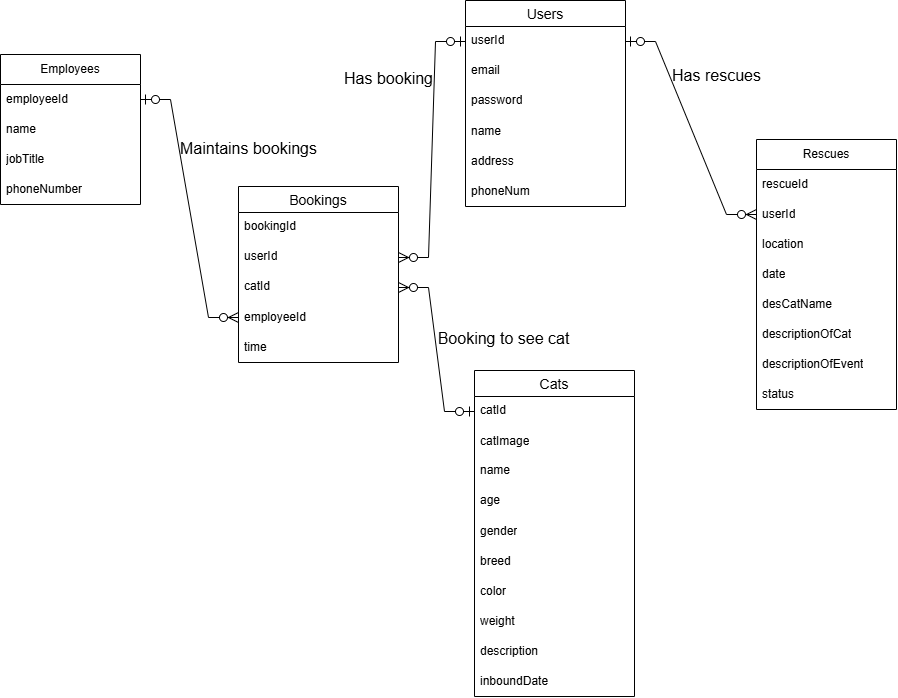
Above: week4/Logical ERD.drawio.png in IlliaStefanovskyi/WebDevFinalProject (draw.io), before the change. Source tidied: cells renumbered, new cells last; positions are measured from the earlier drawing's top-left corner, leaving out a move shared by most shapes.
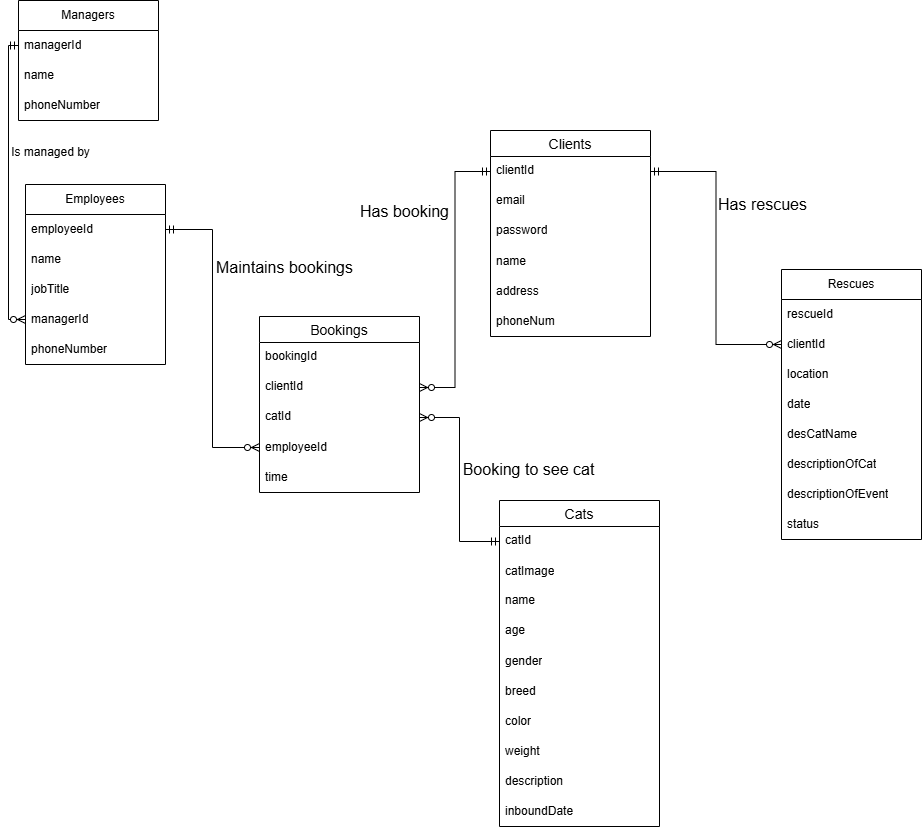
After the change.

Change to the diagram source:
```diff
@@ -3,7 +3,7 @@
     <mxCell id="0" />
     <mxCell id="1" parent="0" />
     <mxCell id="2" value="Employees" style="swimlane;fontStyle=0;horizontal=1;startSize=30;whiteSpace=wrap;html=1;" parent="1" vertex="1">
-      <mxGeometry y="54" width="140" height="150" as="geometry" />
+      <mxGeometry y="54" width="140" height="180" as="geometry" />
     </mxCell>
     <mxCell id="3" value="employeeId" style="text;strokeColor=none;fillColor=none;align=left;verticalAlign=middle;spacingLeft=4;spacingRight=4;overflow=hidden;points=[[0,0.5],[1,0.5]];portConstraint=eastwest;whiteSpace=wrap;html=1;" parent="2" vertex="1">
       <mxGeometry y="30" width="140" height="30" as="geometry" />
@@ -14,16 +14,19 @@
     <mxCell id="5" value="jobTitle" style="text;strokeColor=none;fillColor=none;align=left;verticalAlign=middle;spacingLeft=4;spacingRight=4;overflow=hidden;whiteSpace=wrap;html=1;" parent="2" vertex="1">
       <mxGeometry y="90" width="140" height="30" as="geometry" />
     </mxCell>
+    <mxCell id="48" value="managerId" style="text;strokeColor=none;fillColor=none;align=left;verticalAlign=middle;spacingLeft=4;spacingRight=4;overflow=hidden;points=[[0,0.5],[1,0.5]];portConstraint=eastwest;whiteSpace=wrap;html=1;" parent="2" vertex="1">
+      <mxGeometry y="120" width="140" height="30" as="geometry" />
+    </mxCell>
     <mxCell id="6" value="phoneNumber" style="text;strokeColor=none;fillColor=none;align=left;verticalAlign=middle;spacingLeft=4;spacingRight=4;overflow=hidden;whiteSpace=wrap;html=1;" parent="2" vertex="1">
-      <mxGeometry y="120" width="140" height="30" as="geometry" />
+      <mxGeometry y="150" width="140" height="30" as="geometry" />
     </mxCell>
     <mxCell id="7" value="Bookings" style="swimlane;fontStyle=0;horizontal=1;startSize=26;align=center;fontSize=14;" parent="1" vertex="1">
-      <mxGeometry x="238" y="186" width="160" height="176" as="geometry" />
+      <mxGeometry x="234" y="186" width="160" height="176" as="geometry" />
     </mxCell>
     <mxCell id="8" value="bookingId" style="text;strokeColor=none;fillColor=none;spacingLeft=4;spacingRight=4;overflow=hidden;fontSize=12;whiteSpace=wrap;html=1;" parent="7" vertex="1">
       <mxGeometry y="26" width="160" height="30" as="geometry" />
     </mxCell>
-    <mxCell id="9" value="userId" style="text;strokeColor=none;fillColor=none;spacingLeft=4;spacingRight=4;overflow=hidden;points=[[0,0.5],[1,0.5]];portConstraint=eastwest;fontSize=12;whiteSpace=wrap;html=1;" parent="7" vertex="1">
+    <mxCell id="9" value="clientId" style="text;strokeColor=none;fillColor=none;spacingLeft=4;spacingRight=4;overflow=hidden;points=[[0,0.5],[1,0.5]];portConstraint=eastwest;fontSize=12;whiteSpace=wrap;html=1;" parent="7" vertex="1">
       <mxGeometry y="56" width="160" height="30" as="geometry" />
     </mxCell>
     <mxCell id="10" value="catId" style="text;strokeColor=none;fillColor=none;spacingLeft=4;spacingRight=4;overflow=hidden;points=[[0,0.5],[1,0.5]];portConstraint=eastwest;fontSize=12;whiteSpace=wrap;html=1;" parent="7" vertex="1">
@@ -35,19 +38,13 @@
     <mxCell id="12" value="time" style="text;strokeColor=none;fillColor=none;align=left;verticalAlign=middle;spacingLeft=4;spacingRight=4;overflow=hidden;whiteSpace=wrap;html=1;" parent="7" vertex="1">
       <mxGeometry y="146" width="160" height="30" as="geometry" />
     </mxCell>
-    <mxCell id="13" style="edgeStyle=entityRelationEdgeStyle;fontSize=12;html=1;endArrow=ERzeroToMany;startArrow=ERzeroToOne;rounded=0;startSize=8;endSize=8;curved=0;exitX=1;exitY=0.5;exitDx=0;exitDy=0;entryX=0;entryY=0.5;entryDx=0;entryDy=0;" parent="1" edge="1" source="3" target="11">
-      <mxGeometry relative="1" as="geometry" />
-    </mxCell>
-    <mxCell id="14" style="edgeStyle=entityRelationEdgeStyle;fontSize=12;html=1;endArrow=ERzeroToMany;startArrow=ERzeroToOne;rounded=0;startSize=8;endSize=8;curved=0;exitX=0;exitY=0.5;exitDx=0;exitDy=0;entryX=1;entryY=0.5;entryDx=0;entryDy=0;" parent="1" edge="1" source="17" target="9">
-      <mxGeometry relative="1" as="geometry" />
-    </mxCell>
     <mxCell id="15" value="Maintains bookings" style="text;html=1;align=center;verticalAlign=middle;strokeColor=none;fillColor=none;fontSize=16;" parent="1" vertex="1">
-      <mxGeometry x="170" y="132" width="155" height="31" as="geometry" />
+      <mxGeometry x="181" y="121" width="155" height="31" as="geometry" />
     </mxCell>
-    <mxCell id="16" value="Users" style="swimlane;fontStyle=0;horizontal=1;startSize=26;align=center;fontSize=14;" parent="1" vertex="1">
+    <mxCell id="16" value="Clients" style="swimlane;fontStyle=0;horizontal=1;startSize=26;align=center;fontSize=14;" parent="1" vertex="1">
       <mxGeometry x="465" width="160" height="206" as="geometry" />
     </mxCell>
-    <mxCell id="17" value="userId" style="text;strokeColor=none;fillColor=none;spacingLeft=4;spacingRight=4;overflow=hidden;points=[[0,0.5],[1,0.5]];portConstraint=eastwest;fontSize=12;whiteSpace=wrap;html=1;" parent="16" vertex="1">
+    <mxCell id="17" value="clientId" style="text;strokeColor=none;fillColor=none;spacingLeft=4;spacingRight=4;overflow=hidden;points=[[0,0.5],[1,0.5]];portConstraint=eastwest;fontSize=12;whiteSpace=wrap;html=1;" parent="16" vertex="1">
       <mxGeometry y="26" width="160" height="30" as="geometry" />
     </mxCell>
     <mxCell id="18" value="email" style="text;strokeColor=none;fillColor=none;spacingLeft=4;spacingRight=4;overflow=hidden;fontSize=12;whiteSpace=wrap;html=1;" parent="16" vertex="1">
@@ -98,14 +95,11 @@
     <mxCell id="33" value="inboundDate" style="text;strokeColor=none;fillColor=none;align=left;verticalAlign=middle;spacingLeft=4;spacingRight=4;overflow=hidden;whiteSpace=wrap;html=1;" parent="23" vertex="1">
       <mxGeometry y="296" width="160" height="30" as="geometry" />
     </mxCell>
-    <mxCell id="34" style="edgeStyle=entityRelationEdgeStyle;fontSize=12;html=1;endArrow=ERzeroToMany;startArrow=ERzeroToOne;rounded=0;startSize=8;endSize=8;curved=0;exitX=0;exitY=0.5;exitDx=0;exitDy=0;entryX=1;entryY=0.5;entryDx=0;entryDy=0;" parent="1" edge="1" source="24" target="10">
-      <mxGeometry relative="1" as="geometry" />
-    </mxCell>
     <mxCell id="35" value="Booking to see cat" style="text;html=1;align=center;verticalAlign=middle;strokeColor=none;fillColor=none;fontSize=16;" parent="1" vertex="1">
       <mxGeometry x="428" y="323" width="150" height="31" as="geometry" />
     </mxCell>
     <mxCell id="36" value="Has booking" style="text;html=1;align=center;verticalAlign=middle;strokeColor=none;fillColor=none;fontSize=16;" parent="1" vertex="1">
-      <mxGeometry x="334" y="63" width="107" height="31" as="geometry" />
+      <mxGeometry x="325" y="65" width="107" height="31" as="geometry" />
     </mxCell>
     <mxCell id="37" value="Rescues" style="swimlane;fontStyle=0;horizontal=1;startSize=30;whiteSpace=wrap;html=1;" parent="1" vertex="1">
       <mxGeometry x="756" y="139" width="140" height="270" as="geometry" />
@@ -113,7 +107,7 @@
     <mxCell id="38" value="rescueId" style="text;strokeColor=none;fillColor=none;align=left;verticalAlign=middle;spacingLeft=4;spacingRight=4;overflow=hidden;whiteSpace=wrap;html=1;" parent="37" vertex="1">
       <mxGeometry y="30" width="140" height="30" as="geometry" />
     </mxCell>
-    <mxCell id="39" value="userId" style="text;strokeColor=none;fillColor=none;align=left;verticalAlign=middle;spacingLeft=4;spacingRight=4;overflow=hidden;points=[[0,0.5],[1,0.5]];portConstraint=eastwest;whiteSpace=wrap;html=1;" parent="37" vertex="1">
+    <mxCell id="39" value="clientId" style="text;strokeColor=none;fillColor=none;align=left;verticalAlign=middle;spacingLeft=4;spacingRight=4;overflow=hidden;points=[[0,0.5],[1,0.5]];portConstraint=eastwest;whiteSpace=wrap;html=1;" parent="37" vertex="1">
       <mxGeometry y="60" width="140" height="30" as="geometry" />
     </mxCell>
     <mxCell id="40" value="location" style="text;strokeColor=none;fillColor=none;align=left;verticalAlign=middle;spacingLeft=4;spacingRight=4;overflow=hidden;whiteSpace=wrap;html=1;" parent="37" vertex="1">
@@ -134,11 +128,38 @@
     <mxCell id="45" value="status" style="text;strokeColor=none;fillColor=none;align=left;verticalAlign=middle;spacingLeft=4;spacingRight=4;overflow=hidden;whiteSpace=wrap;html=1;" parent="37" vertex="1">
       <mxGeometry y="240" width="140" height="30" as="geometry" />
     </mxCell>
+    <mxCell id="47" value="Has rescues" style="text;html=1;align=center;verticalAlign=middle;strokeColor=none;fillColor=none;fontSize=16;" parent="1" vertex="1">
+      <mxGeometry x="683" y="58" width="107" height="31" as="geometry" />
+    </mxCell>
+    <mxCell id="13" style="edgeStyle=orthogonalEdgeStyle;fontSize=12;html=1;endArrow=ERzeroToMany;startArrow=ERmandOne;rounded=0;exitX=1;exitY=0.5;exitDx=0;exitDy=0;entryX=0;entryY=0.5;entryDx=0;entryDy=0;" parent="1" edge="1" source="3" target="11">
+      <mxGeometry relative="1" as="geometry" />
+    </mxCell>
+    <mxCell id="14" style="edgeStyle=orthogonalEdgeStyle;fontSize=12;html=1;endArrow=ERzeroToMany;startArrow=ERmandOne;rounded=0;exitX=0;exitY=0.5;exitDx=0;exitDy=0;" parent="1" edge="1" source="17" target="9">
+      <mxGeometry relative="1" as="geometry" />
+    </mxCell>
+    <mxCell id="34" style="edgeStyle=orthogonalEdgeStyle;fontSize=12;html=1;endArrow=ERzeroToMany;startArrow=ERmandOne;rounded=0;entryX=1;entryY=0.5;entryDx=0;entryDy=0;" parent="1" edge="1" source="24" target="10">
+      <mxGeometry relative="1" as="geometry" />
+    </mxCell>
-    <mxCell id="46" style="edgeStyle=entityRelationEdgeStyle;fontSize=12;html=1;endArrow=ERzeroToMany;startArrow=ERzeroToOne;rounded=0;startSize=8;endSize=8;curved=0;exitX=1;exitY=0.5;exitDx=0;exitDy=0;entryX=0;entryY=0.5;entryDx=0;entryDy=0;" parent="1" edge="1" source="17" target="39">
+    <mxCell id="46" style="edgeStyle=orthogonalEdgeStyle;fontSize=12;html=1;endArrow=ERzeroToMany;startArrow=ERmandOne;rounded=0;exitX=1;exitY=0.5;exitDx=0;exitDy=0;" parent="1" edge="1" source="17" target="39">
       <mxGeometry relative="1" as="geometry" />
     </mxCell>
-    <mxCell id="47" value="Has rescues" style="text;html=1;align=center;verticalAlign=middle;strokeColor=none;fillColor=none;fontSize=16;" parent="1" vertex="1">
-      <mxGeometry x="662" y="60" width="107" height="31" as="geometry" />
-    </mxCell>
+    <mxCell id="49" value="Managers" style="swimlane;fontStyle=0;horizontal=1;startSize=30;whiteSpace=wrap;html=1;" parent="1" vertex="1">
+      <mxGeometry x="-7" y="-130" width="140" height="120" as="geometry" />
+    </mxCell>
+    <mxCell id="50" value="managerId" style="text;strokeColor=none;fillColor=none;align=left;verticalAlign=middle;spacingLeft=4;spacingRight=4;overflow=hidden;points=[[0,0.5],[1,0.5]];portConstraint=eastwest;whiteSpace=wrap;html=1;" parent="49" vertex="1">
+      <mxGeometry y="30" width="140" height="30" as="geometry" />
+    </mxCell>
+    <mxCell id="51" value="name" style="text;strokeColor=none;fillColor=none;align=left;verticalAlign=middle;spacingLeft=4;spacingRight=4;overflow=hidden;whiteSpace=wrap;html=1;" parent="49" vertex="1">
+      <mxGeometry y="60" width="140" height="30" as="geometry" />
+    </mxCell>
+    <mxCell id="52" value="phoneNumber" style="text;strokeColor=none;fillColor=none;align=left;verticalAlign=middle;spacingLeft=4;spacingRight=4;overflow=hidden;whiteSpace=wrap;html=1;" parent="49" vertex="1">
+      <mxGeometry y="90" width="140" height="30" as="geometry" />
+    </mxCell>
+    <mxCell id="53" style="edgeStyle=orthogonalEdgeStyle;fontSize=12;html=1;endArrow=ERzeroToMany;startArrow=ERmandOne;rounded=0;exitX=0;exitY=0.5;exitDx=0;exitDy=0;" parent="1" edge="1" source="50" target="48">
+      <mxGeometry relative="1" as="geometry" />
+    </mxCell>
+    <mxCell id="54" value="Is managed by" style="text;html=1;align=center;verticalAlign=middle;strokeColor=none;fillColor=none;" parent="1" vertex="1">
+      <mxGeometry x="-24" y="9" width="97" height="26" as="geometry" />
+    </mxCell>
   </root>
 </mxGraphModel>
```
